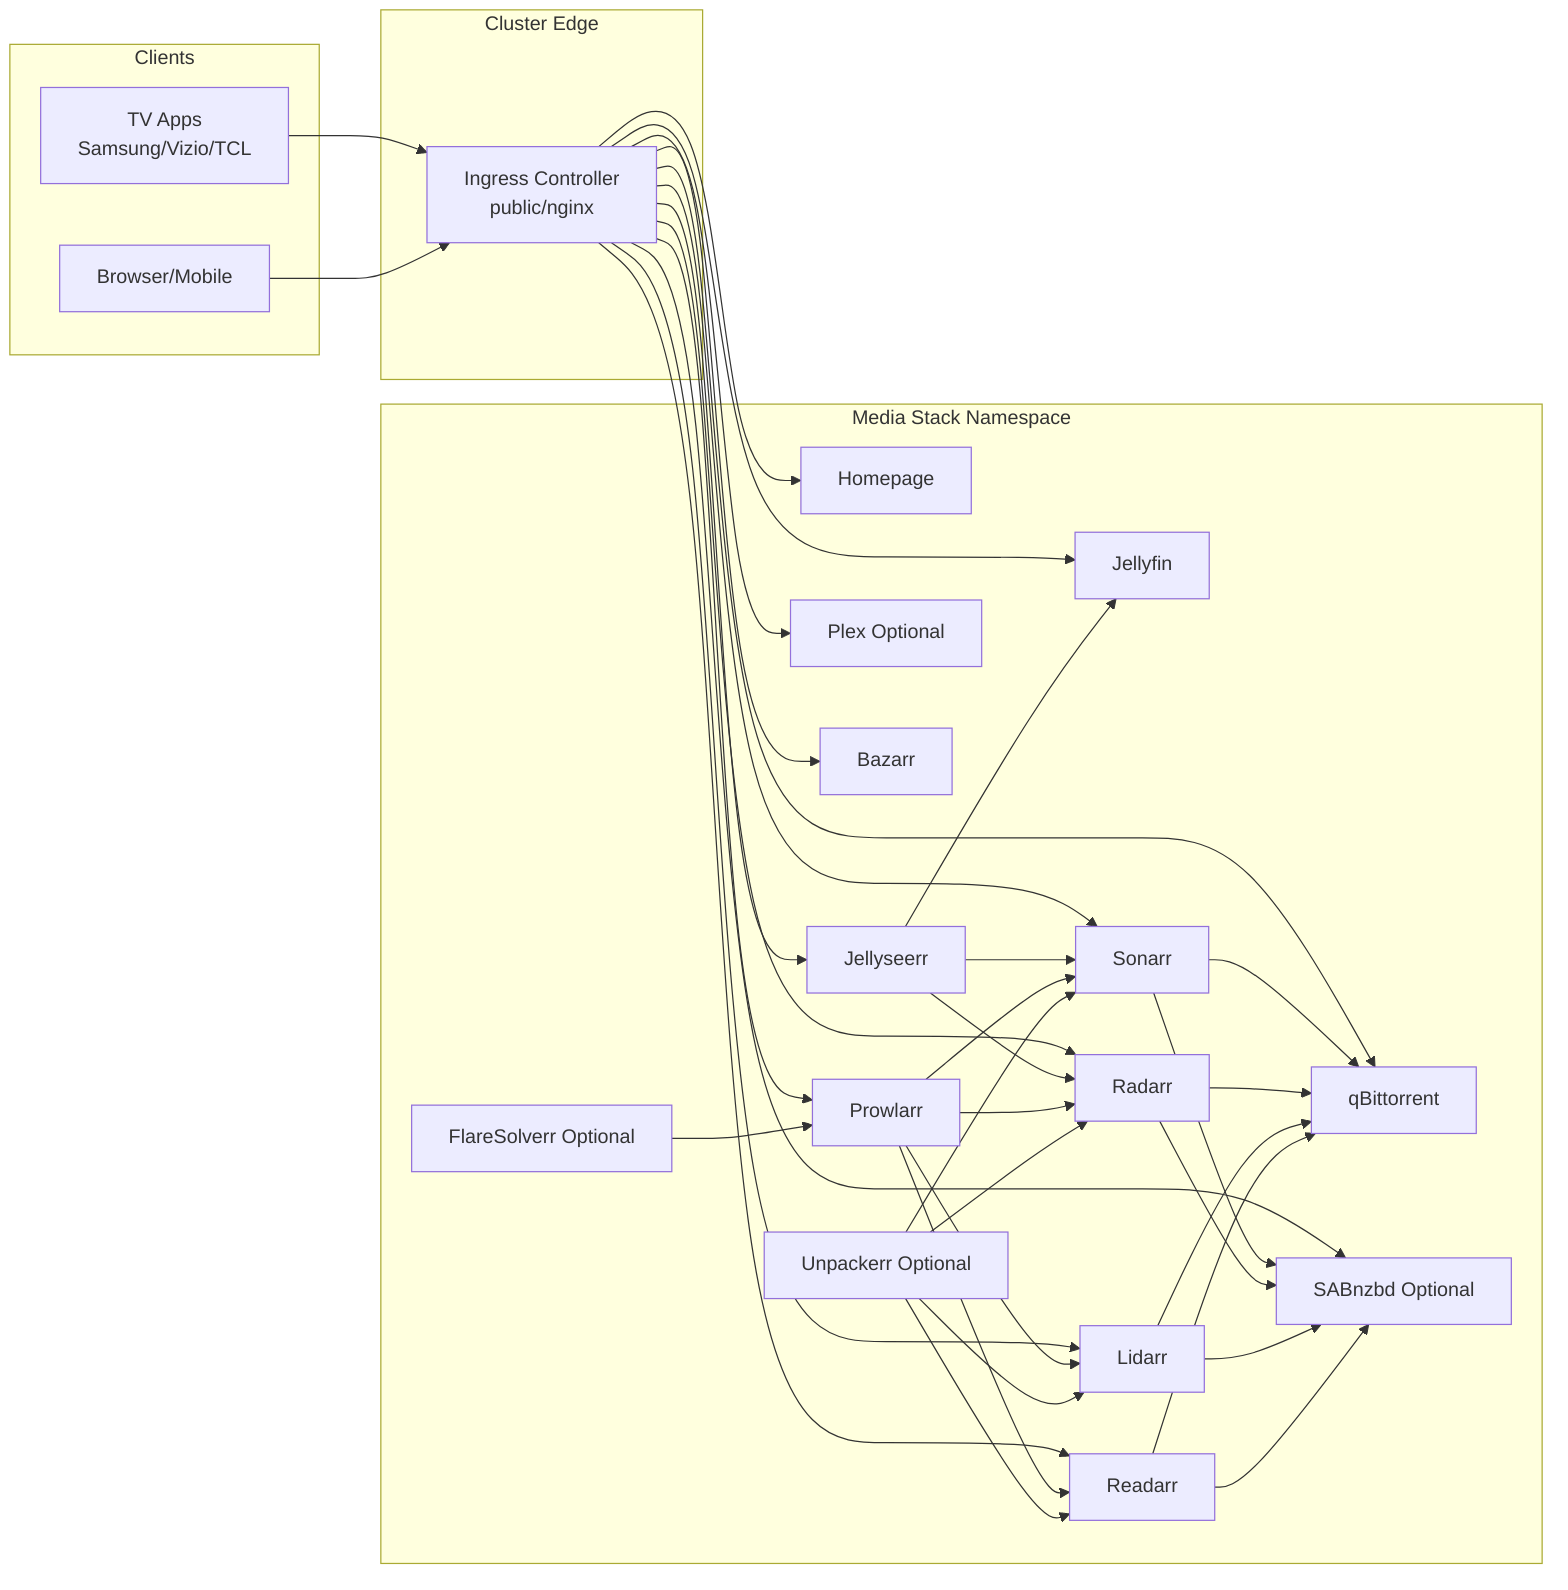
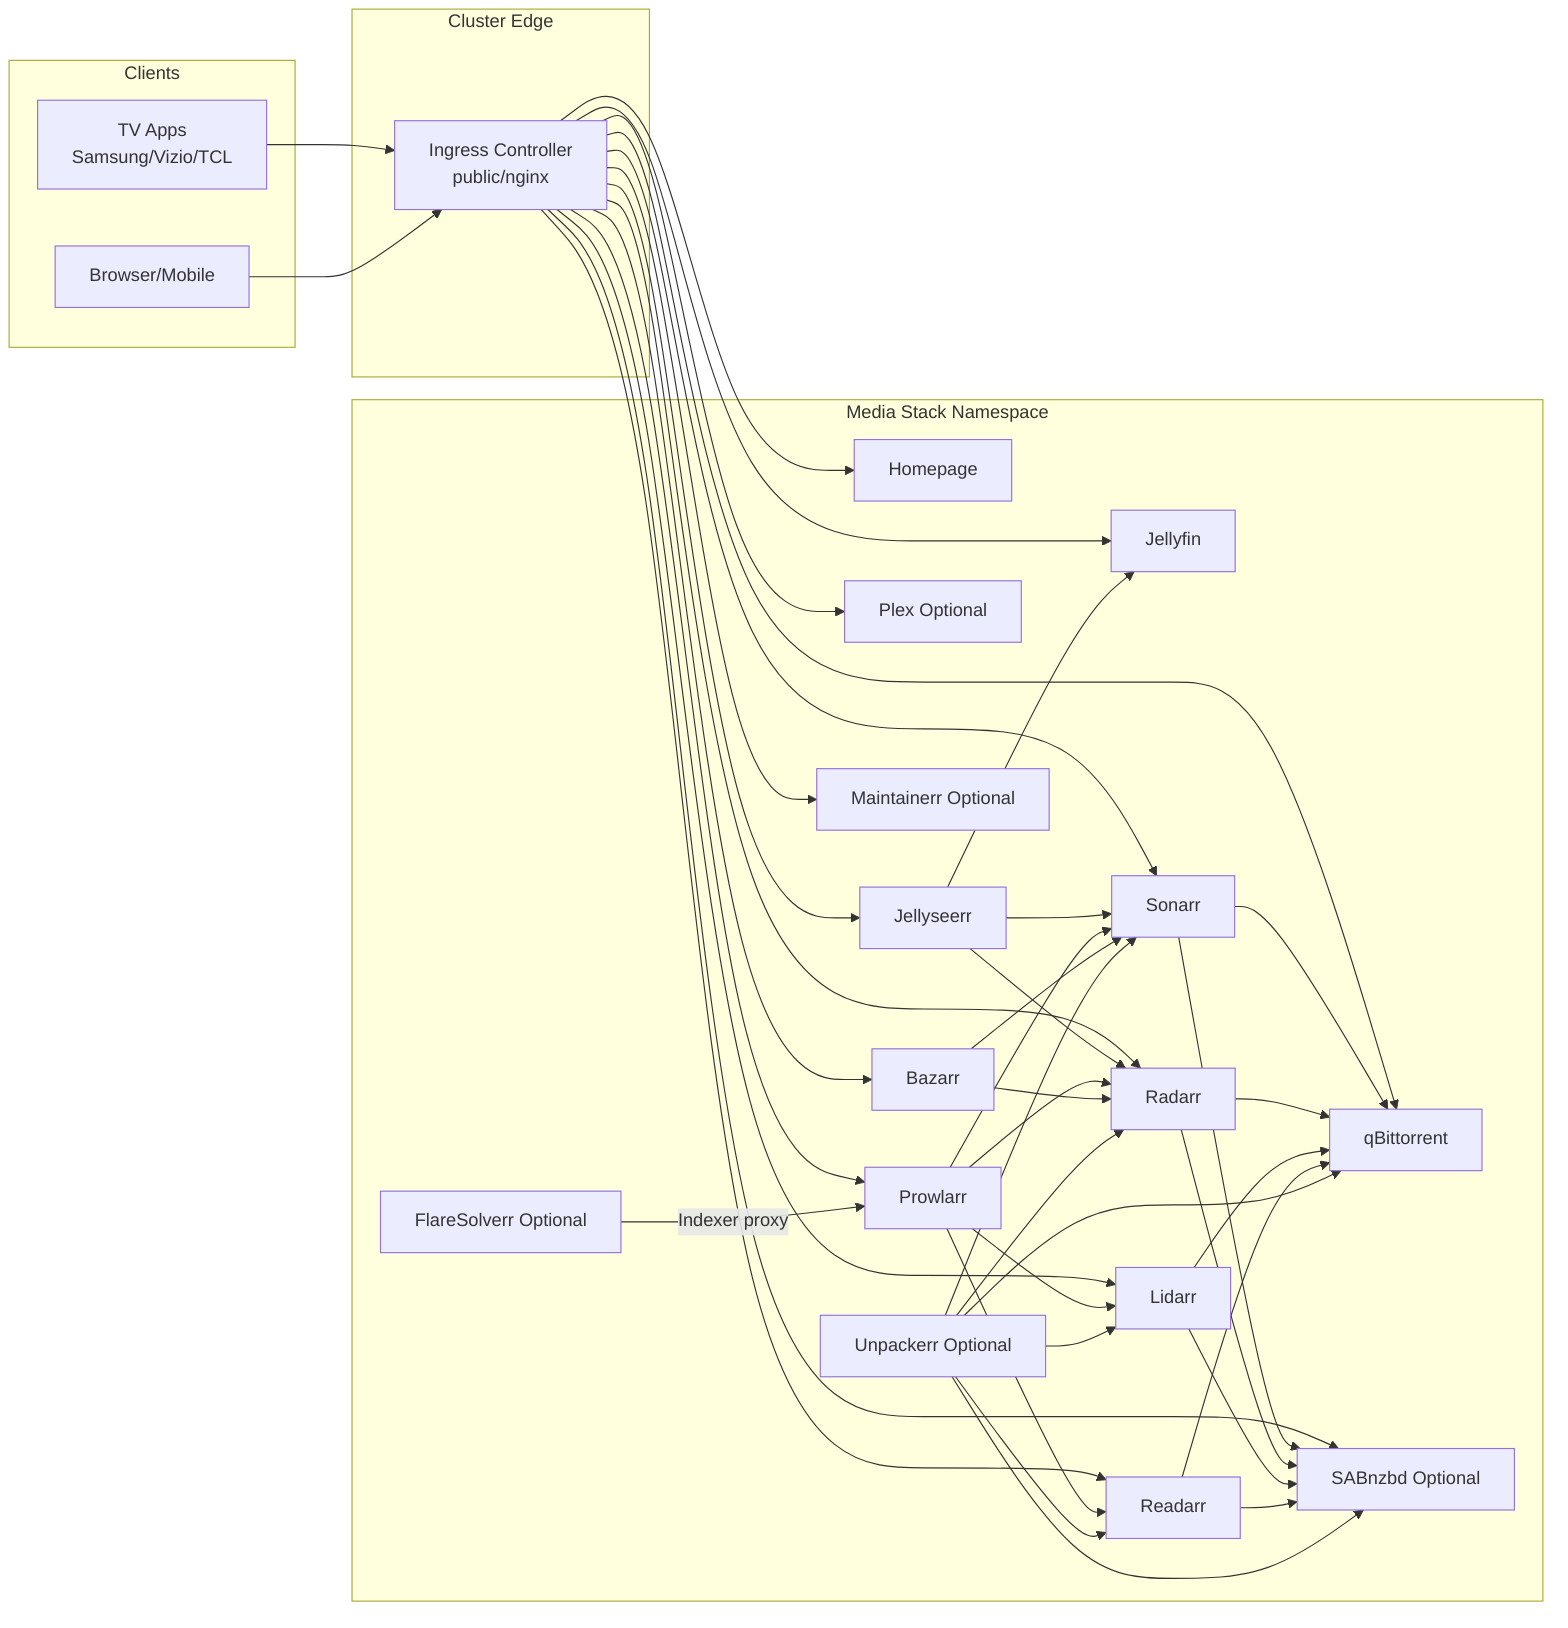
flowchart LR
  subgraph Clients[Clients]
    TV[TV Apps<br/>Samsung/Vizio/TCL]
    Browser[Browser/Mobile]
  end

  subgraph Edge[Cluster Edge]
    Ingress[Ingress Controller<br/>public/nginx]
  end

  subgraph Apps[Media Stack Namespace]
    Homepage[Homepage]
    Jellyseerr[Jellyseerr]
    Jellyfin[Jellyfin]
    Plex[Plex Optional]
    Sonarr[Sonarr]
    Radarr[Radarr]
    Lidarr[Lidarr]
    Readarr[Readarr]
    Bazarr[Bazarr]
    Prowlarr[Prowlarr]
    QB[qBittorrent]
    SAB[SABnzbd Optional]
+     Maintainerr[Maintainerr Optional]
    Unpackerr[Unpackerr Optional]
    Flare[FlareSolverr Optional]
  end

  TV --> Ingress
  Browser --> Ingress

  Ingress --> Homepage
  Ingress --> Jellyseerr
  Ingress --> Jellyfin
  Ingress --> Sonarr
  Ingress --> Radarr
  Ingress --> Lidarr
  Ingress --> Readarr
  Ingress --> Bazarr
  Ingress --> Prowlarr
  Ingress --> QB
  Ingress --> SAB
+   Ingress --> Maintainerr
  Ingress --> Plex

  Jellyseerr --> Sonarr
  Jellyseerr --> Radarr
  Jellyseerr --> Jellyfin

  Prowlarr --> Sonarr
  Prowlarr --> Radarr
  Prowlarr --> Lidarr
  Prowlarr --> Readarr
-   Flare --> Prowlarr
+   Flare -->|Indexer proxy| Prowlarr
+ 
+   Bazarr --> Sonarr
+   Bazarr --> Radarr

  Sonarr --> QB
  Radarr --> QB
  Lidarr --> QB
  Readarr --> QB

  Sonarr --> SAB
  Radarr --> SAB
  Lidarr --> SAB
  Readarr --> SAB

+   Unpackerr --> QB
+   Unpackerr --> SAB
  Unpackerr --> Sonarr
  Unpackerr --> Radarr
  Unpackerr --> Lidarr
  Unpackerr --> Readarr
